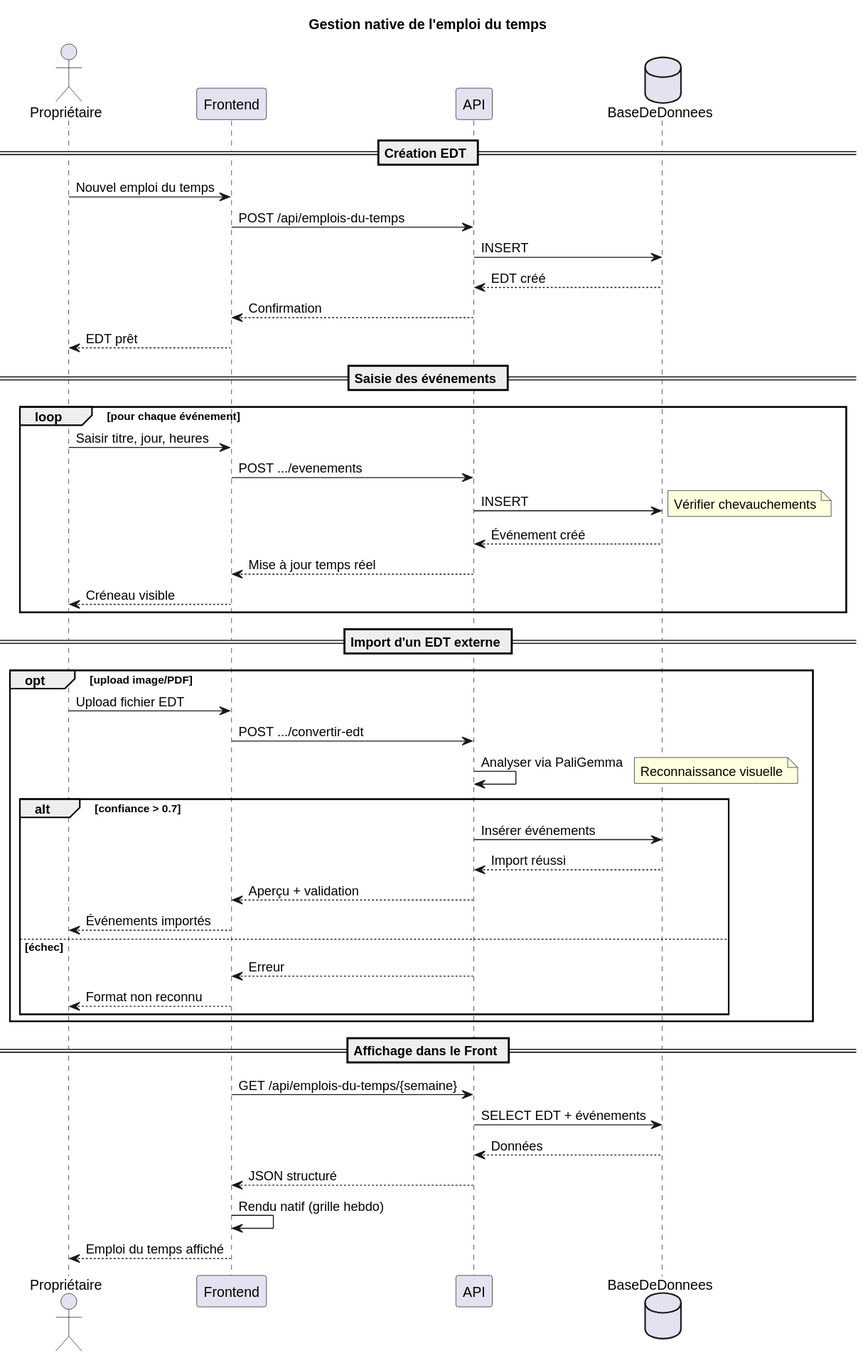
Above: uml-svg/sequences/04-sequence-schedule.svg in GAYENSIS09/baye-mor-gaye (PlantUML), before the change. Source of this version:
```plantuml
@startuml
title Gestion native de l'emploi du temps

actor Propriétaire as Auth
participant Frontend as Front
participant API as API
database BaseDeDonnees as BD

== Création EDT ==
Auth -> Front: Nouvel emploi du temps
Front -> API: POST /api/emplois-du-temps
API -> BD: INSERT
BD --> API: EDT créé
API --> Front: Confirmation
Front --> Auth: EDT prêt

== Saisie des événements ==
loop pour chaque événement
  Auth -> Front: Saisir titre, jour, heures
  Front -> API: POST .../evenements
  API -> BD: INSERT
  note right: Vérifier chevauchements
  BD --> API: Événement créé
  API --> Front: Mise à jour temps réel
  Front --> Auth: Créneau visible
end

== Import d'un EDT externe ==
opt upload image/PDF
  Auth -> Front: Upload fichier EDT
  Front -> API: POST .../convertir-edt
  API -> API: Analyser via PaliGemma
  note right: Reconnaissance visuelle
  alt confiance > 0.7
    API -> BD: Insérer événements
    BD --> API: Import réussi
    API --> Front: Aperçu + validation
    Front --> Auth: Événements importés
  else échec
    API --> Front: Erreur
    Front --> Auth: Format non reconnu
  end
end

== Affichage dans le Front ==
Front -> API: GET /api/emplois-du-temps/{semaine}
API -> BD: SELECT EDT + événements
BD --> API: Données
API --> Front: JSON structuré
Front -> Front: Rendu natif (grille hebdo)
Front --> Auth: Emploi du temps affiché
@enduml
```
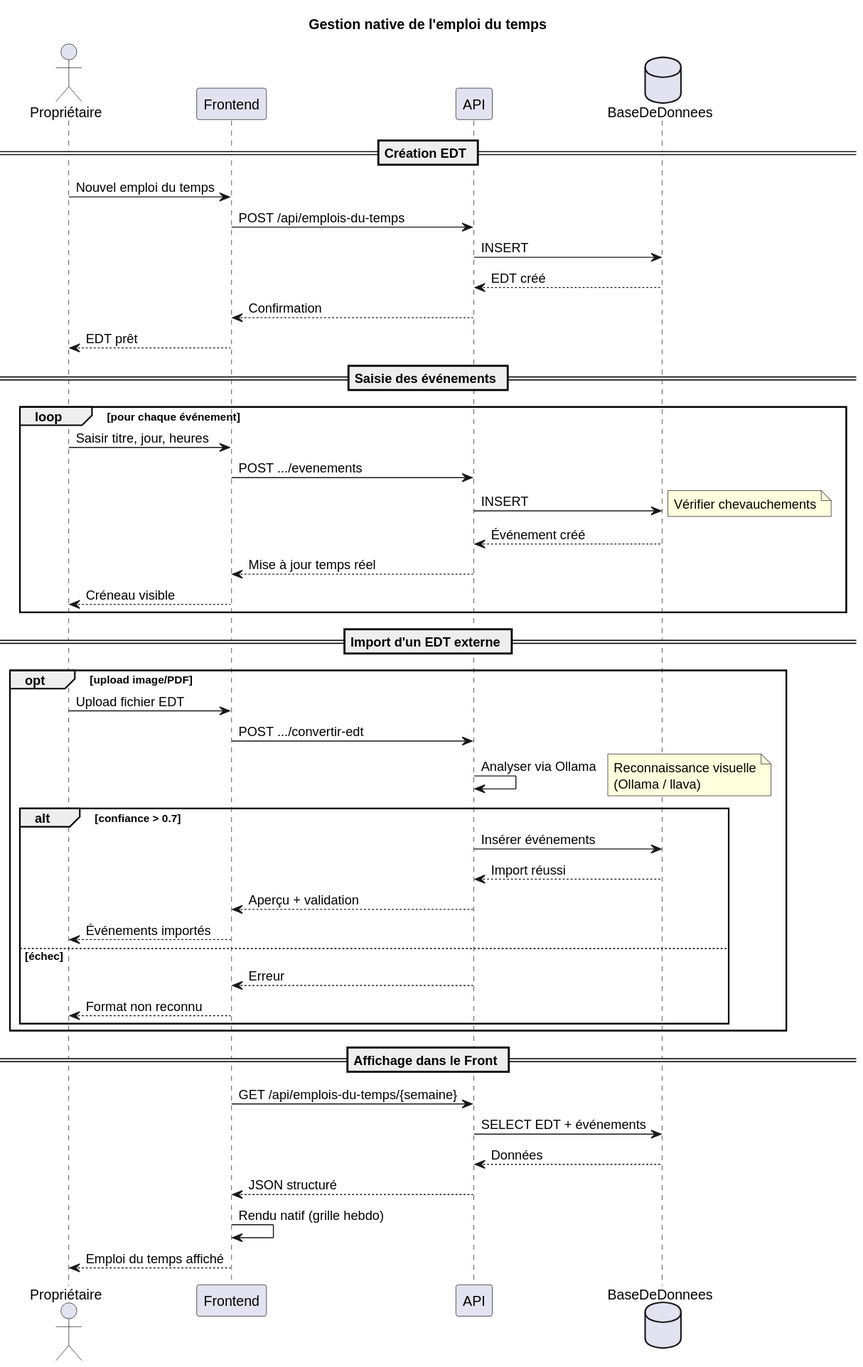
After the commit.

The edit, as a diff of the source:
```diff
@@ -29,8 +29,8 @@
 opt upload image/PDF
   Auth -> Front: Upload fichier EDT
   Front -> API: POST .../convertir-edt
-  API -> API: Analyser via PaliGemma
-  note right: Reconnaissance visuelle
+  API -> API: Analyser via Ollama
+  note right: Reconnaissance visuelle\n(Ollama / llava)
   alt confiance > 0.7
     API -> BD: Insérer événements
     BD --> API: Import réussi
```
